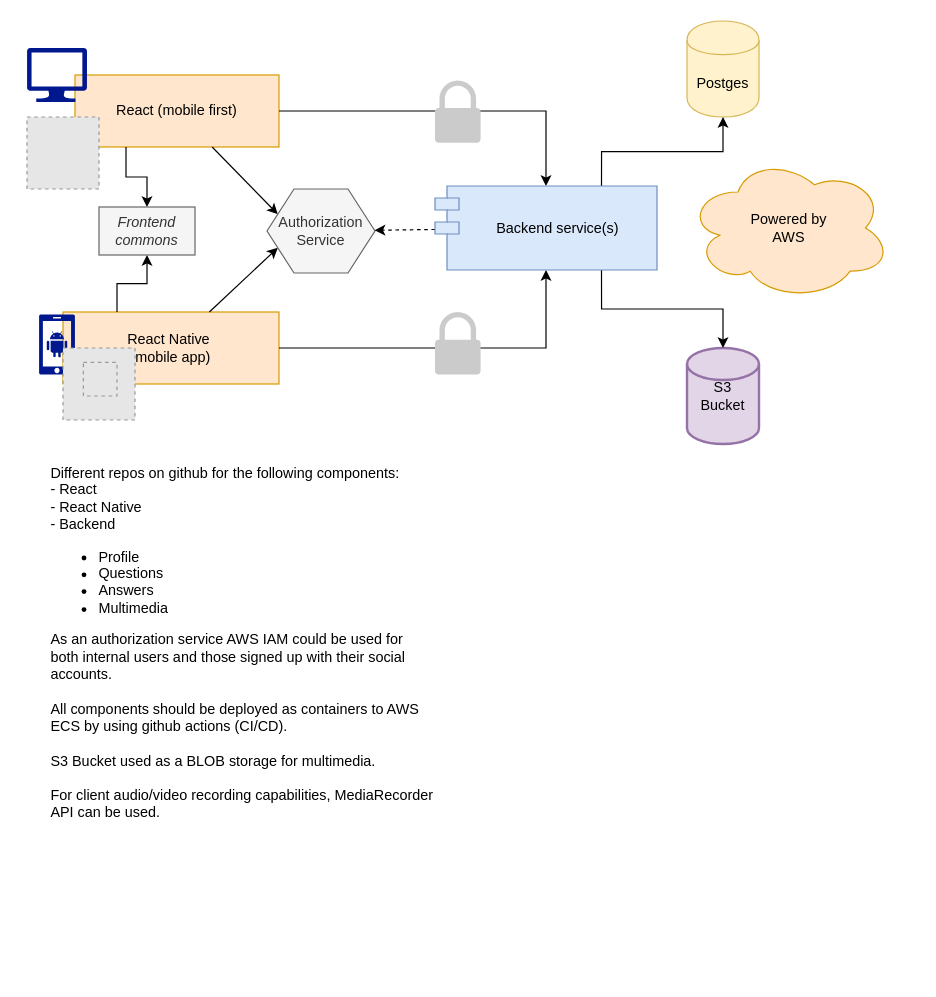
Above: Life Logs Overview.drawio in gmarkoss/life-logs-poc (draw.io), before the change. Source tidied: cells renumbered, new cells numbered last; positions are measured from the earlier drawing's top-left corner, leaving out a move shared by most shapes. Both pictures are drawn from the tidied source at 120%, with x=0, y=0 at pixel (26, 20). Pictures stored in the file or linked from it are replaced by grey dashed boxes.
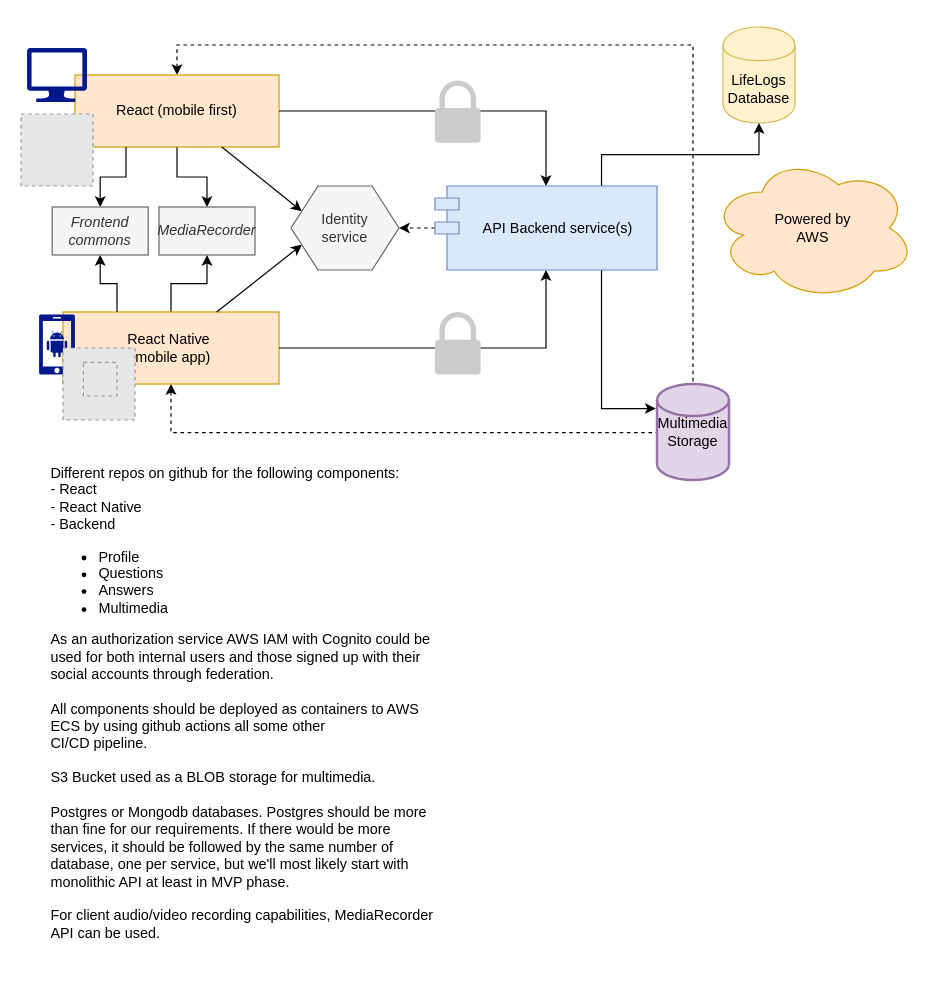
After the change.

Unchanged cells that the change refers to:
```xml
<mxCell id="2" value="React Native&amp;nbsp;&lt;br&gt;(mobile app)" style="rounded=0;whiteSpace=wrap;html=1;fillColor=#ffe6cc;strokeColor=#d79b00;" parent="1" vertex="1">
  <mxGeometry x="30" y="242.5" width="180" height="60" as="geometry" />
</mxCell>
<mxCell id="3" value="React (mobile first)" style="rounded=0;whiteSpace=wrap;html=1;fillColor=#ffe6cc;strokeColor=#d79b00;" parent="1" vertex="1">
  <mxGeometry x="40" y="45" width="170" height="60" as="geometry" />
</mxCell>
```

Change to the diagram source:
```diff
@@
+    <mxCell id="27" style="edgeStyle=orthogonalEdgeStyle;rounded=0;jettySize=auto;html=1;entryX=0;entryY=0.85;entryDx=0;entryDy=0;entryPerimeter=0;exitX=0.5;exitY=1;exitDx=0;exitDy=0;dashed=1;startArrow=classic;startFill=1;endArrow=none;endFill=0;" parent="1" edge="1" source="2" target="15">
+      <mxGeometry relative="1" as="geometry">
+        <Array as="points">
+          <mxPoint x="120" y="343" />
+          <mxPoint x="525" y="343" />
+        </Array>
+      </mxGeometry>
+    </mxCell>
+    <mxCell id="28" style="edgeStyle=orthogonalEdgeStyle;rounded=0;jettySize=auto;html=1;exitX=0.5;exitY=0;exitDx=0;exitDy=0;entryX=0.5;entryY=1;entryDx=0;entryDy=0;startArrow=none;startFill=0;endArrow=classic;endFill=1;" parent="1" edge="1" source="2" target="31">
+      <mxGeometry relative="1" as="geometry" />
+    </mxCell>
@@
+    <mxCell id="29" style="edgeStyle=orthogonalEdgeStyle;rounded=0;jettySize=auto;html=1;dashed=1;startArrow=classic;startFill=1;endArrow=none;endFill=0;entryX=0.5;entryY=0;entryDx=0;entryDy=0;entryPerimeter=0;" parent="1" edge="1" source="3" target="15">
+      <mxGeometry relative="1" as="geometry">
+        <Array as="points">
+          <mxPoint x="125" y="20" />
+          <mxPoint x="555" y="20" />
+        </Array>
+      </mxGeometry>
+    </mxCell>
+    <mxCell id="30" style="edgeStyle=orthogonalEdgeStyle;rounded=0;jettySize=auto;html=1;entryX=0.5;entryY=0;entryDx=0;entryDy=0;startArrow=none;startFill=0;endArrow=classic;endFill=1;" parent="1" edge="1" source="3" target="31">
+      <mxGeometry relative="1" as="geometry" />
+    </mxCell>
@@
     <mxCell id="5" style="fillColor=#E6E6E6;strokeColor=#999999;dashed=1;html=1;verticalAlign=top;verticalLabelPosition=bottom;labelBackgroundColor=#ffffff;align=left;" parent="1" vertex="1">
-      <mxGeometry y="80" width="60" height="60" as="geometry" />
+      <mxGeometry x="-5" y="77.5" width="60" height="60" as="geometry" />
     </mxCell>
@@
-    <mxCell id="12" value="Postges" style="shape=cylinder;whiteSpace=wrap;html=1;boundedLbl=1;backgroundOutline=1;fillColor=#fff2cc;strokeColor=#d6b656;" parent="1" vertex="1">
-      <mxGeometry x="550" width="60" height="80" as="geometry" />
+    <mxCell id="12" value="LifeLogs&lt;br&gt;Database" style="shape=cylinder;whiteSpace=wrap;html=1;boundedLbl=1;backgroundOutline=1;fillColor=#fff2cc;strokeColor=#d6b656;" parent="1" vertex="1">
+      <mxGeometry x="580" y="5" width="60" height="80" as="geometry" />
     </mxCell>
     <mxCell id="13" value="Powered by &lt;br&gt;AWS" style="ellipse;shape=cloud;whiteSpace=wrap;html=1;fillColor=#ffe6cc;strokeColor=#d79b00;" parent="1" vertex="1">
-      <mxGeometry x="550" y="112.5" width="170" height="120" as="geometry" />
+      <mxGeometry x="570" y="112.5" width="170" height="120" as="geometry" />
     </mxCell>
-    <mxCell id="14" value="Authorization &lt;br&gt;Service" style="shape=hexagon;perimeter=hexagonPerimeter2;whiteSpace=wrap;html=1;fillColor=#f5f5f5;strokeColor=#666666;fontColor=#333333;" parent="1" vertex="1">
-      <mxGeometry x="200" y="140" width="90" height="70" as="geometry" />
+    <mxCell id="14" value="Identity &lt;br&gt;service" style="shape=hexagon;perimeter=hexagonPerimeter2;whiteSpace=wrap;html=1;fillColor=#f5f5f5;strokeColor=#666666;fontColor=#333333;" parent="1" vertex="1">
+      <mxGeometry x="220" y="137.5" width="90" height="70" as="geometry" />
     </mxCell>
-    <mxCell id="15" value="S3&lt;br&gt;Bucket" style="strokeWidth=2;html=1;shape=mxgraph.flowchart.database;whiteSpace=wrap;fillColor=#e1d5e7;strokeColor=#9673a6;" parent="1" vertex="1">
-      <mxGeometry x="550" y="272.5" width="60" height="80" as="geometry" />
+    <mxCell id="15" value="Multimedia&lt;br&gt;Storage" style="strokeWidth=2;html=1;shape=mxgraph.flowchart.database;whiteSpace=wrap;fillColor=#e1d5e7;strokeColor=#9673a6;" parent="1" vertex="1">
+      <mxGeometry x="525" y="302.5" width="60" height="80" as="geometry" />
     </mxCell>
@@
-    <mxCell id="17" style="edgeStyle=orthogonalEdgeStyle;rounded=0;jettySize=auto;html=1;exitX=0.75;exitY=1;exitDx=0;exitDy=0;" parent="1" edge="1" source="19" target="15">
+    <mxCell id="17" style="edgeStyle=orthogonalEdgeStyle;rounded=0;jettySize=auto;html=1;exitX=0.75;exitY=1;exitDx=0;exitDy=0;entryX=-0.017;entryY=0.256;entryDx=0;entryDy=0;entryPerimeter=0;" parent="1" edge="1" source="19" target="15">
       <mxGeometry relative="1" as="geometry" />
     </mxCell>
@@
-    <mxCell id="19" value="Backend service(s)" style="shape=module;align=left;spacingLeft=20;align=center;verticalAlign=middle;fillColor=#dae8fc;strokeColor=#6c8ebf;" parent="1" vertex="1">
+    <mxCell id="19" value="API Backend service(s)" style="shape=module;align=left;spacingLeft=20;align=center;verticalAlign=middle;fillColor=#dae8fc;strokeColor=#6c8ebf;" parent="1" vertex="1">
       <mxGeometry x="340" y="137.5" width="185" height="70" as="geometry" />
     </mxCell>
@@
-    <mxCell id="22" value="Different repos on github for the following components:&lt;br&gt;- React&lt;br&gt;- React Native&lt;br&gt;- Backend&lt;br&gt;&lt;ul&gt;&lt;li&gt;Profile&lt;/li&gt;&lt;li&gt;Questions&lt;/li&gt;&lt;li&gt;Answers&lt;/li&gt;&lt;li&gt;Multimedia&lt;/li&gt;&lt;/ul&gt;&lt;div&gt;As an authorization service AWS IAM could be used for both internal users and those signed up with their social accounts.&lt;br&gt;&lt;br&gt;&lt;/div&gt;&lt;div&gt;All components should be deployed as containers to AWS ECS by using github actions (CI/CD).&lt;br&gt;&lt;br&gt;S3 Bucket used as a BLOB storage for multimedia.&lt;/div&gt;&lt;div&gt;&lt;br&gt;&lt;/div&gt;&lt;div&gt;For client audio/video recording capabilities, MediaRecorder API can be used.&lt;br&gt;&lt;br&gt;&lt;br&gt;&lt;/div&gt;" style="text;html=1;strokeColor=none;fillColor=none;align=left;verticalAlign=top;whiteSpace=wrap;rounded=0;horizontal=1;" parent="1" vertex="1">
-      <mxGeometry x="18" y="362.5" width="322" height="310" as="geometry" />
+    <mxCell id="22" value="Different repos on github for the following components:&lt;br&gt;- React&lt;br&gt;- React Native&lt;br&gt;- Backend&lt;br&gt;&lt;ul&gt;&lt;li&gt;Profile&lt;/li&gt;&lt;li&gt;Questions&lt;/li&gt;&lt;li&gt;Answers&lt;/li&gt;&lt;li&gt;Multimedia&lt;/li&gt;&lt;/ul&gt;&lt;div&gt;As an authorization service AWS IAM with Cognito could be used for both internal users and those signed up with their social accounts through federation.&lt;br&gt;&lt;br&gt;&lt;/div&gt;&lt;div&gt;All components should be deployed as containers to AWS ECS by using github actions all some other&amp;nbsp;&lt;/div&gt;CI/CD pipeline&lt;span&gt;.&lt;/span&gt;&lt;br&gt;&lt;div&gt;&lt;br&gt;S3 Bucket used as a BLOB storage for multimedia.&lt;br&gt;&lt;br&gt;Postgres or Mongodb databases. Postgres should be more than fine for our requirements. If there would be more services, it should be followed by the same number of database, one per service, but we'll most likely start with monolithic API at least in MVP phase.&lt;/div&gt;&lt;div&gt;&lt;br&gt;&lt;/div&gt;&lt;div&gt;For client audio/video recording capabilities, MediaRecorder API can be used.&lt;br&gt;&lt;br&gt;&lt;br&gt;&lt;/div&gt;" style="text;html=1;strokeColor=none;fillColor=none;align=left;verticalAlign=top;whiteSpace=wrap;rounded=0;horizontal=1;" parent="1" vertex="1">
+      <mxGeometry x="18" y="362.5" width="322" height="397.5" as="geometry" />
     </mxCell>
@@
     <mxCell id="26" value="Frontend commons" style="rounded=0;whiteSpace=wrap;html=1;fillColor=#f5f5f5;align=center;strokeColor=#666666;fontColor=#333333;fontStyle=2;" parent="1" vertex="1">
-      <mxGeometry x="60" y="155" width="80" height="40" as="geometry" />
+      <mxGeometry x="21" y="155" width="80" height="40" as="geometry" />
     </mxCell>
+    <mxCell id="31" value="MediaRecorder" style="rounded=0;whiteSpace=wrap;html=1;fillColor=#f5f5f5;align=center;strokeColor=#666666;fontColor=#333333;fontStyle=2;" parent="1" vertex="1">
+      <mxGeometry x="110" y="155" width="80" height="40" as="geometry" />
+    </mxCell>
```
